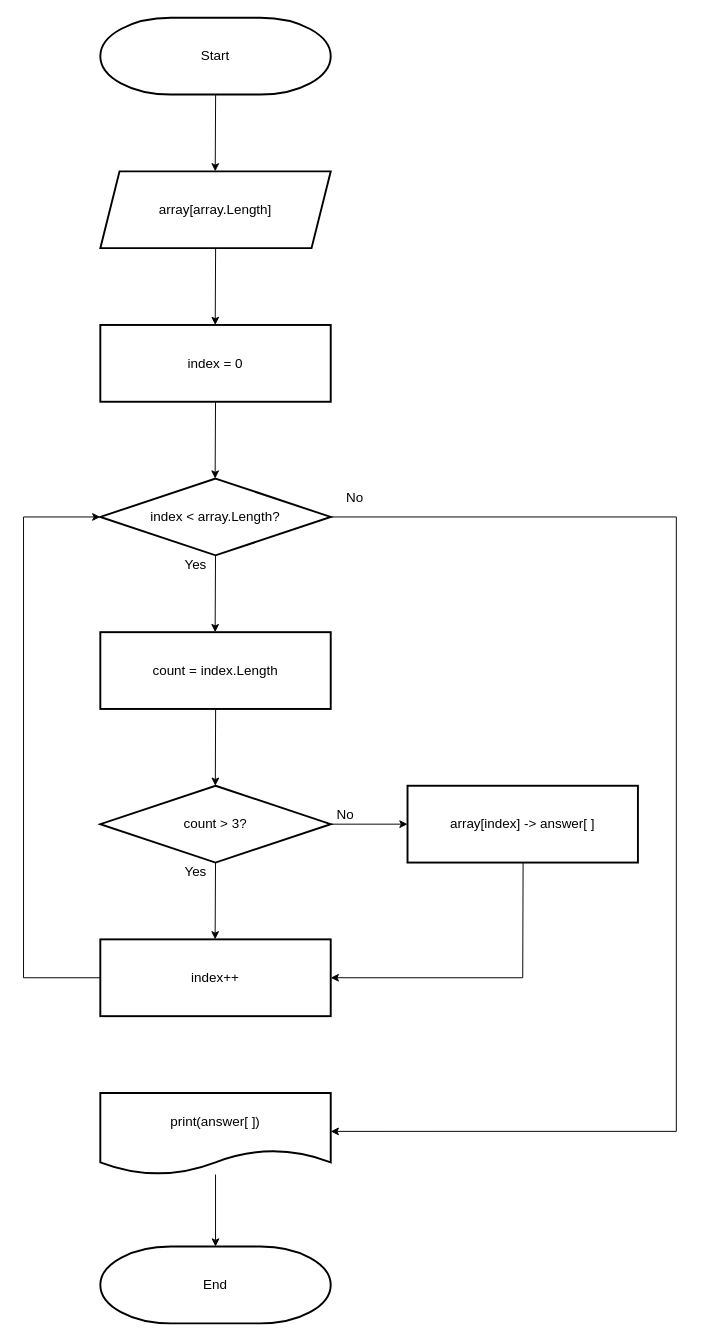
RustamIbragimovOlder/FinalTaskFirstBlock keeps this draw.io diagram as BlockDiagramAlgorithm.drawio. Above is the earlier version. Source tidied: cells renumbered, new cells numbered last; positions are measured from the earlier drawing's top-left corner, leaving out a move shared by most shapes. Both pictures are drawn from the tidied source at 96%, with x=0, y=0 at pixel (-131, 17).
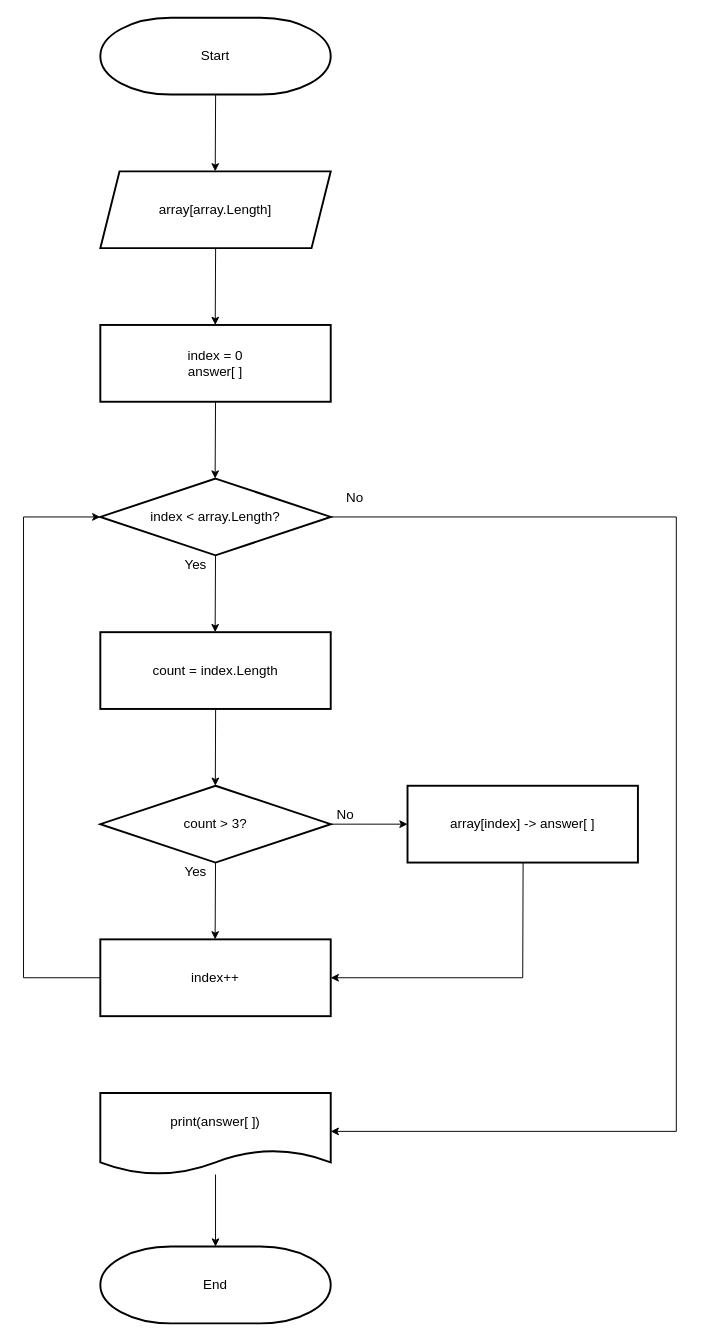
Above is the later version.

Commit message (it also covers changes not shown here):
Внесены изменения в блок-схему и файл README

What changed in the source:
```diff
@@
-    <mxCell id="5" value="&lt;font style=&quot;font-size: 14px;&quot;&gt;index = 0&lt;br&gt;&lt;/font&gt;" style="whiteSpace=wrap;html=1;strokeWidth=2;" parent="1" vertex="1">
+    <mxCell id="5" value="&lt;font style=&quot;font-size: 14px&quot;&gt;index = 0&lt;br&gt;answer[ ]&lt;br&gt;&lt;/font&gt;" style="whiteSpace=wrap;html=1;strokeWidth=2;" parent="1" vertex="1">
       <mxGeometry x="240" y="320" width="240" height="80" as="geometry" />
     </mxCell>
```
